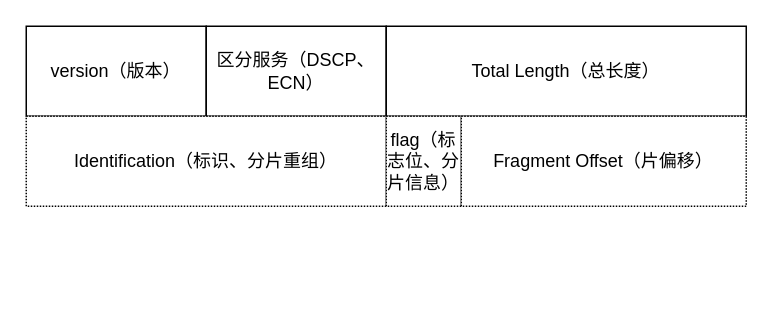
Above: Untitled Diagram.drawio in LmyPotato/Image (draw.io), before the change. Source tidied: cells renumbered, new cells numbered last; positions are measured from the earlier drawing's top-left corner, leaving out a move shared by most shapes. Both pictures are drawn from the tidied source at 150%, with x=0, y=0 at pixel (26, 26).
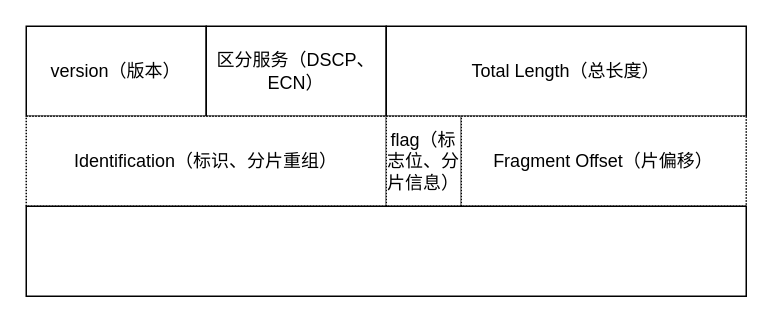
The same page after the edit.

Change to the diagram source:
```diff
@@
 <mxGraphModel>
   <root>
     <mxCell id="0" />
     <mxCell id="1" parent="0" />
     <mxCell id="2" value="version（版本）" style="rounded=0;whiteSpace=wrap;html=1;" parent="1" vertex="1">
       <mxGeometry width="120" height="60" as="geometry" />
     </mxCell>
     <mxCell id="3" value="区分服务（DSCP、ECN）" style="rounded=0;whiteSpace=wrap;html=1;" parent="1" vertex="1">
       <mxGeometry x="120" width="120" height="60" as="geometry" />
     </mxCell>
     <mxCell id="4" value="Total Length（总长度）" style="rounded=0;whiteSpace=wrap;html=1;" parent="1" vertex="1">
       <mxGeometry x="240" width="240" height="60" as="geometry" />
     </mxCell>
     <mxCell id="5" value="Identification（标识、分片重组）" style="rounded=0;whiteSpace=wrap;html=1;dashed=1;dashPattern=1 1;" parent="1" vertex="1">
       <mxGeometry y="60" width="240" height="60" as="geometry" />
     </mxCell>
     <mxCell id="6" style="edgeStyle=orthogonalEdgeStyle;rounded=0;jettySize=auto;html=1;exitX=1;exitY=0.5;exitDx=0;exitDy=0;entryX=0;entryY=0.5;entryDx=0;entryDy=0;" parent="1" edge="1" source="7" target="8">
       <mxGeometry relative="1" as="geometry" />
     </mxCell>
     <mxCell id="7" value="flag（标志位、分片信息）" style="rounded=0;whiteSpace=wrap;html=1;dashed=1;dashPattern=1 1;" parent="1" vertex="1">
       <mxGeometry x="240" y="60" width="50" height="60" as="geometry" />
     </mxCell>
     <mxCell id="8" value="Fragment Offset（片偏移）" style="rounded=0;whiteSpace=wrap;html=1;dashed=1;dashPattern=1 1;" parent="1" vertex="1">
       <mxGeometry x="290" y="60" width="190" height="60" as="geometry" />
     </mxCell>
+    <mxCell id="9" style="rounded=0;whiteSpace=wrap;html=1;" parent="1" vertex="1">
+      <mxGeometry y="120" width="480" height="60" as="geometry" />
+    </mxCell>
   </root>
 </mxGraphModel>
```
